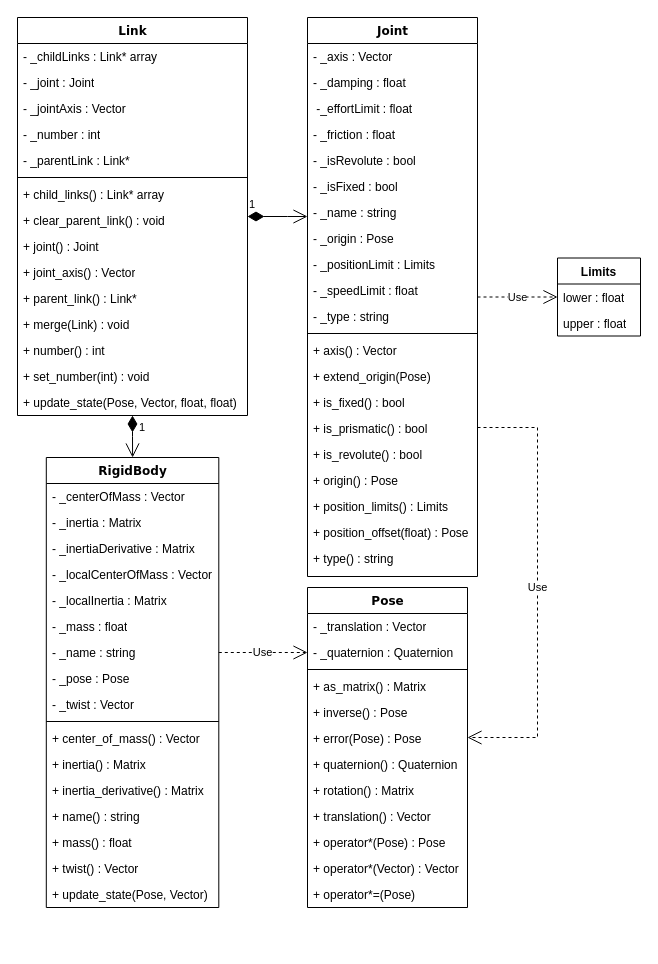
Before: page "Link" (1 of 2) of Model/doc/ModelClassDiagrams.drawio in Woolfrey/software_robot_library, a draw.io diagram. Source tidied: cells renumbered, new cells numbered last; positions are measured from the earlier drawing's top-left corner, leaving out a move shared by most shapes. Both pictures are drawn from the tidied source at 100%, with x=0, y=0 at pixel (17, 17).
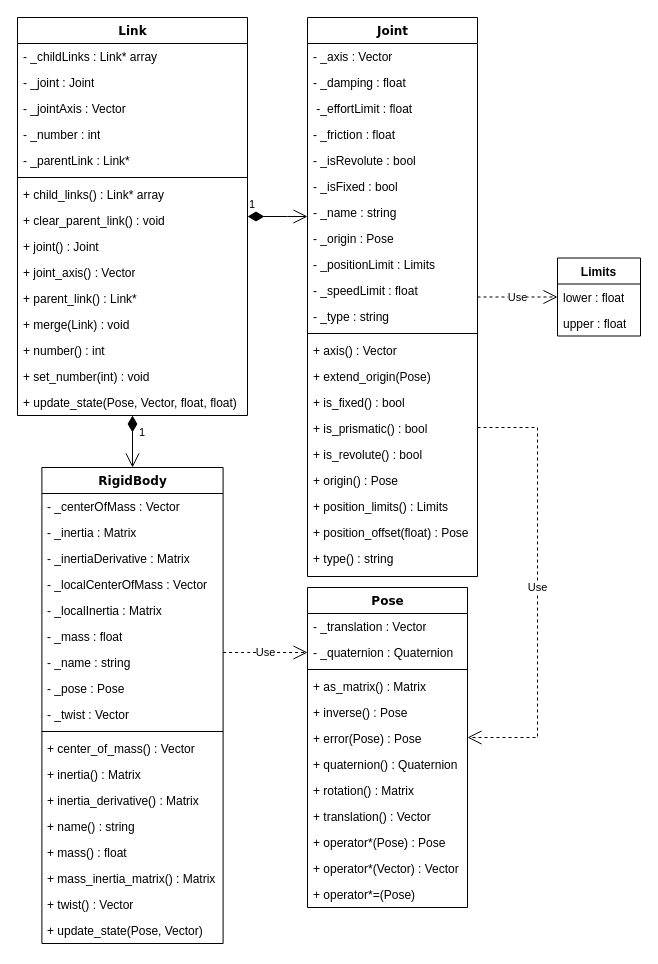
After the change.

Change to the diagram source:
```diff
@@
     <mxCell id="2" value="RigidBody" style="swimlane;html=1;fontStyle=1;align=center;verticalAlign=top;horizontal=1;startSize=26;swimlaneFillColor=none;rounded=0;shadow=0;comic=0;labelBackgroundColor=none;strokeWidth=1;fillColor=none;fontFamily=Verdana;fontSize=12;" parent="1" vertex="1">
-      <mxGeometry x="28.8" y="440" width="172.5" height="450" as="geometry" />
+      <mxGeometry x="24.4" y="450" width="181.2" height="476" as="geometry" />
     </mxCell>
     <mxCell id="3" value="- _centerOfMass : Vector" style="text;html=1;fillColor=none;align=left;verticalAlign=top;spacingLeft=4;spacingRight=4;whiteSpace=wrap;overflow=hidden;" parent="2" vertex="1">
-      <mxGeometry y="26" width="172.5" height="26" as="geometry" />
+      <mxGeometry y="26" width="181.2" height="26" as="geometry" />
     </mxCell>
     <mxCell id="4" value="- _inertia : Matrix" style="text;html=1;fillColor=none;align=left;verticalAlign=top;spacingLeft=4;spacingRight=4;whiteSpace=wrap;overflow=hidden;" parent="2" vertex="1">
-      <mxGeometry y="52" width="172.5" height="26" as="geometry" />
+      <mxGeometry y="52" width="181.2" height="26" as="geometry" />
     </mxCell>
     <mxCell id="5" value="- _inertiaDerivative : Matrix" style="text;html=1;fillColor=none;align=left;verticalAlign=top;spacingLeft=4;spacingRight=4;whiteSpace=wrap;overflow=hidden;" parent="2" vertex="1">
-      <mxGeometry y="78" width="172.5" height="26" as="geometry" />
+      <mxGeometry y="78" width="181.2" height="26" as="geometry" />
     </mxCell>
     <mxCell id="6" value="- _localCenterOfMass : Vector" style="text;html=1;fillColor=none;align=left;verticalAlign=top;spacingLeft=4;spacingRight=4;whiteSpace=wrap;overflow=hidden;" parent="2" vertex="1">
-      <mxGeometry y="104" width="172.5" height="26" as="geometry" />
+      <mxGeometry y="104" width="181.2" height="26" as="geometry" />
     </mxCell>
     <mxCell id="7" value="- _localInertia : Matrix" style="text;html=1;fillColor=none;align=left;verticalAlign=top;spacingLeft=4;spacingRight=4;whiteSpace=wrap;overflow=hidden;" parent="2" vertex="1">
-      <mxGeometry y="130" width="172.5" height="26" as="geometry" />
+      <mxGeometry y="130" width="181.2" height="26" as="geometry" />
     </mxCell>
     <mxCell id="8" value="- _mass : float" style="text;html=1;fillColor=none;align=left;verticalAlign=top;spacingLeft=4;spacingRight=4;whiteSpace=wrap;overflow=hidden;" parent="2" vertex="1">
-      <mxGeometry y="156" width="172.5" height="26" as="geometry" />
+      <mxGeometry y="156" width="181.2" height="26" as="geometry" />
     </mxCell>
     <mxCell id="9" value="- _name : string" style="text;html=1;fillColor=none;align=left;verticalAlign=top;spacingLeft=4;spacingRight=4;whiteSpace=wrap;overflow=hidden;" parent="2" vertex="1">
-      <mxGeometry y="182" width="172.5" height="26" as="geometry" />
+      <mxGeometry y="182" width="181.2" height="26" as="geometry" />
     </mxCell>
     <mxCell id="10" value="- _pose : Pose" style="text;html=1;fillColor=none;align=left;verticalAlign=top;spacingLeft=4;spacingRight=4;whiteSpace=wrap;overflow=hidden;" parent="2" vertex="1">
-      <mxGeometry y="208" width="172.5" height="26" as="geometry" />
+      <mxGeometry y="208" width="181.2" height="26" as="geometry" />
     </mxCell>
     <mxCell id="11" value="- _twist : Vector" style="text;html=1;fillColor=none;align=left;verticalAlign=top;spacingLeft=4;spacingRight=4;whiteSpace=wrap;overflow=hidden;" parent="2" vertex="1">
-      <mxGeometry y="234" width="172.5" height="26" as="geometry" />
+      <mxGeometry y="234" width="181.2" height="26" as="geometry" />
     </mxCell>
     <mxCell id="12" style="line;html=1;strokeWidth=1;fillColor=none;align=left;verticalAlign=middle;spacingTop=-1;spacingLeft=3;spacingRight=3;labelPosition=right;gradientColor=none;" parent="2" vertex="1">
-      <mxGeometry y="260" width="172.5" height="8" as="geometry" />
+      <mxGeometry y="260" width="181.2" height="8" as="geometry" />
     </mxCell>
     <mxCell id="13" value="+ center_of_mass() : Vector" style="text;html=1;fillColor=none;align=left;verticalAlign=top;spacingLeft=4;spacingRight=4;whiteSpace=wrap;overflow=hidden;" parent="2" vertex="1">
-      <mxGeometry y="268" width="172.5" height="26" as="geometry" />
+      <mxGeometry y="268" width="181.2" height="26" as="geometry" />
     </mxCell>
     <mxCell id="14" value="+ inertia() : Matrix" style="text;html=1;fillColor=none;align=left;verticalAlign=top;spacingLeft=4;spacingRight=4;whiteSpace=wrap;overflow=hidden;" parent="2" vertex="1">
-      <mxGeometry y="294" width="172.5" height="26" as="geometry" />
+      <mxGeometry y="294" width="181.2" height="26" as="geometry" />
     </mxCell>
     <mxCell id="15" value="+ inertia_derivative() : Matrix" style="text;html=1;fillColor=none;align=left;verticalAlign=top;spacingLeft=4;spacingRight=4;whiteSpace=wrap;overflow=hidden;" parent="2" vertex="1">
-      <mxGeometry y="320" width="172.5" height="26" as="geometry" />
+      <mxGeometry y="320" width="181.2" height="26" as="geometry" />
     </mxCell>
     <mxCell id="16" value="+ name() : string" style="text;html=1;fillColor=none;align=left;verticalAlign=top;spacingLeft=4;spacingRight=4;whiteSpace=wrap;overflow=hidden;" parent="2" vertex="1">
-      <mxGeometry y="346" width="172.5" height="26" as="geometry" />
+      <mxGeometry y="346" width="181.2" height="26" as="geometry" />
     </mxCell>
     <mxCell id="17" value="+ mass() : float" style="text;html=1;fillColor=none;align=left;verticalAlign=top;spacingLeft=4;spacingRight=4;whiteSpace=wrap;overflow=hidden;" parent="2" vertex="1">
-      <mxGeometry y="372" width="172.5" height="26" as="geometry" />
+      <mxGeometry y="372" width="181.2" height="26" as="geometry" />
     </mxCell>
+    <mxCell id="79" value="+ mass_inertia_matrix() : Matrix" style="text;html=1;fillColor=none;align=left;verticalAlign=top;spacingLeft=4;spacingRight=4;whiteSpace=wrap;overflow=hidden;" parent="2" vertex="1">
+      <mxGeometry y="398" width="181.2" height="26" as="geometry" />
+    </mxCell>
     <mxCell id="18" value="+ twist() : Vector" style="text;html=1;fillColor=none;align=left;verticalAlign=top;spacingLeft=4;spacingRight=4;whiteSpace=wrap;overflow=hidden;" parent="2" vertex="1">
-      <mxGeometry y="398" width="172.5" height="26" as="geometry" />
+      <mxGeometry y="424" width="181.2" height="26" as="geometry" />
     </mxCell>
     <mxCell id="19" value="+ update_state(Pose, Vector)" style="text;html=1;fillColor=none;align=left;verticalAlign=top;spacingLeft=4;spacingRight=4;whiteSpace=wrap;overflow=hidden;" parent="2" vertex="1">
-      <mxGeometry y="424" width="172.5" height="26" as="geometry" />
+      <mxGeometry y="450" width="181.2" height="26" as="geometry" />
     </mxCell>
```
